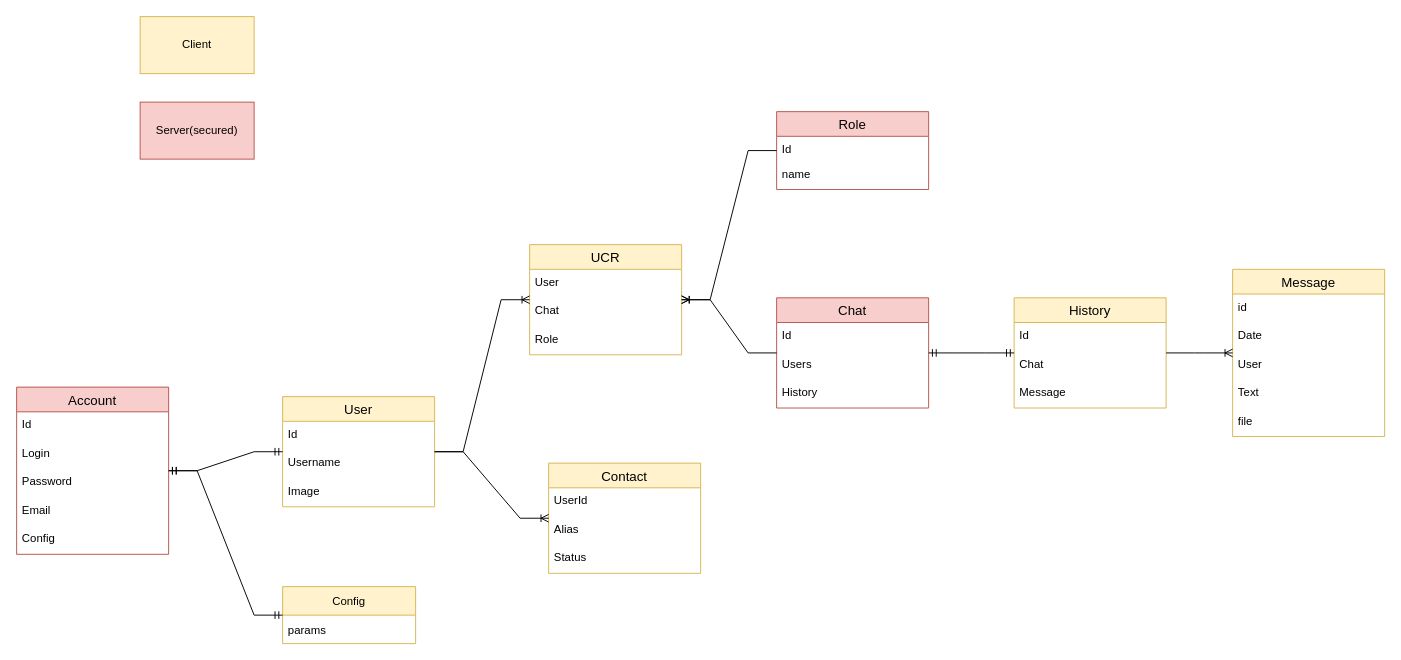
Before: page "DB" (1 of 7) of Resources/DB.drawio in Plasmat1x/CourseProjectCS2, a draw.io diagram. Source tidied: cells renumbered, new cells numbered last; positions are measured from the earlier drawing's top-left corner, leaving out a move shared by most shapes. Both pictures are drawn from the tidied source at 95%, with x=0, y=0 at pixel (16, 16).
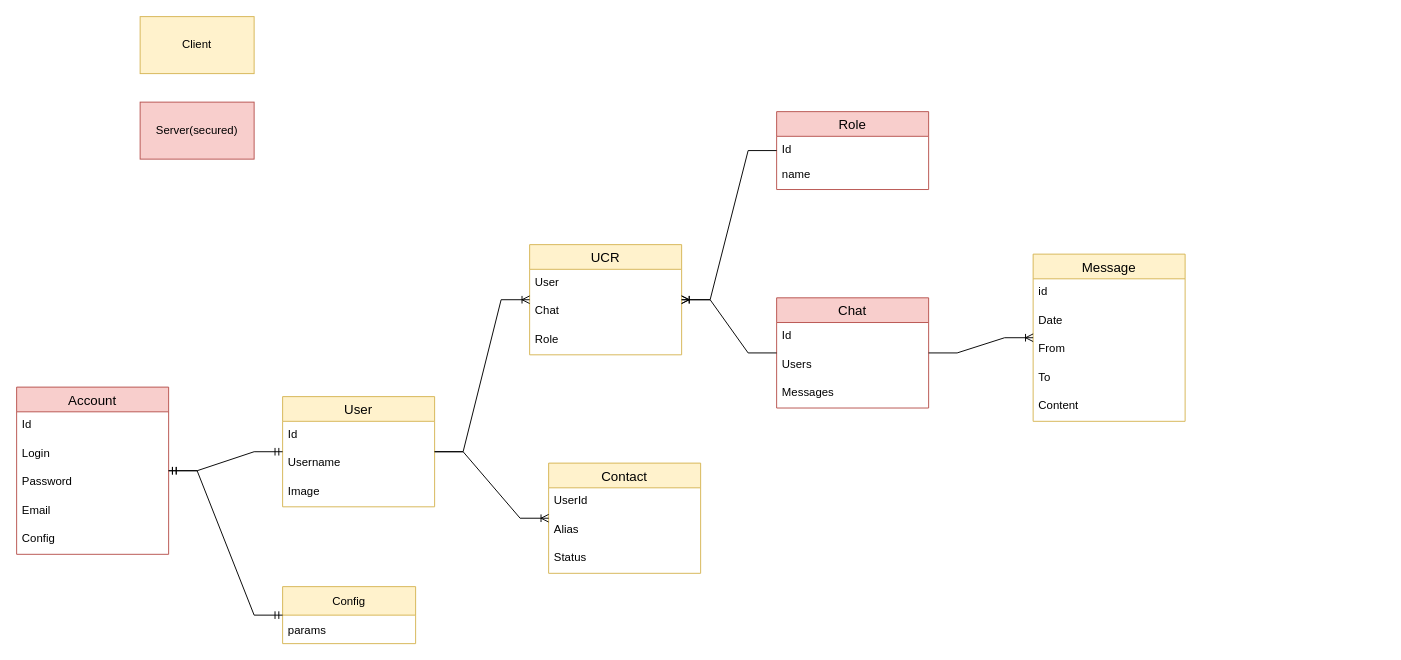
The same page after the edit.

Unchanged cells that the change refers to:
```xml
<mxCell id="9" value="Chat" style="swimlane;fontStyle=0;horizontal=1;startSize=26;align=center;fontSize=14;fillColor=#f8cecc;strokeColor=#b85450;" parent="1" vertex="1">
  <mxGeometry x="800" y="296" width="160" height="116" as="geometry" />
</mxCell>
```

Diff of the diagram source:
```diff
@@
-    <mxCell id="12" value="History" style="text;strokeColor=none;fillColor=none;spacingLeft=4;spacingRight=4;overflow=hidden;fontSize=12;" parent="9" vertex="1">
+    <mxCell id="12" value="Messages" style="text;strokeColor=none;fillColor=none;spacingLeft=4;spacingRight=4;overflow=hidden;fontSize=12;" parent="9" vertex="1">
       <mxGeometry y="86" width="160" height="30" as="geometry" />
     </mxCell>
@@
-    <mxCell id="17" value="History" style="swimlane;fontStyle=0;horizontal=1;startSize=26;align=center;fontSize=14;fillColor=#fff2cc;strokeColor=#d6b656;" parent="1" vertex="1">
-      <mxGeometry x="1050" y="296" width="160" height="116" as="geometry" />
-    </mxCell>
-    <mxCell id="18" value="Id" style="text;strokeColor=none;fillColor=none;spacingLeft=4;spacingRight=4;overflow=hidden;fontSize=12;" parent="17" vertex="1">
-      <mxGeometry y="26" width="160" height="30" as="geometry" />
-    </mxCell>
-    <mxCell id="19" value="Chat" style="text;strokeColor=none;fillColor=none;spacingLeft=4;spacingRight=4;overflow=hidden;fontSize=12;" parent="17" vertex="1">
-      <mxGeometry y="56" width="160" height="30" as="geometry" />
-    </mxCell>
-    <mxCell id="20" value="Message" style="text;strokeColor=none;fillColor=none;spacingLeft=4;spacingRight=4;overflow=hidden;fontSize=12;" parent="17" vertex="1">
-      <mxGeometry y="86" width="160" height="30" as="geometry" />
-    </mxCell>
     <mxCell id="21" value="Message" style="swimlane;fontStyle=0;horizontal=1;startSize=26;align=center;fontSize=14;fillColor=#fff2cc;strokeColor=#d6b656;" parent="1" vertex="1">
-      <mxGeometry x="1280" y="266" width="160" height="176" as="geometry" />
+      <mxGeometry x="1070" y="250" width="160" height="176" as="geometry" />
     </mxCell>
@@
-    <mxCell id="24" value="User" style="text;strokeColor=none;fillColor=none;spacingLeft=4;spacingRight=4;overflow=hidden;fontSize=12;" parent="21" vertex="1">
+    <mxCell id="24" value="From" style="text;strokeColor=none;fillColor=none;spacingLeft=4;spacingRight=4;overflow=hidden;fontSize=12;" parent="21" vertex="1">
       <mxGeometry y="86" width="160" height="30" as="geometry" />
     </mxCell>
-    <mxCell id="25" value="Text" style="text;strokeColor=none;fillColor=none;spacingLeft=4;spacingRight=4;overflow=hidden;fontSize=12;" parent="21" vertex="1">
+    <mxCell id="25" value="To" style="text;strokeColor=none;fillColor=none;spacingLeft=4;spacingRight=4;overflow=hidden;fontSize=12;" parent="21" vertex="1">
       <mxGeometry y="116" width="160" height="30" as="geometry" />
     </mxCell>
-    <mxCell id="26" value="file" style="text;strokeColor=none;fillColor=none;spacingLeft=4;spacingRight=4;overflow=hidden;fontSize=12;" parent="21" vertex="1">
+    <mxCell id="26" value="Content" style="text;strokeColor=none;fillColor=none;spacingLeft=4;spacingRight=4;overflow=hidden;fontSize=12;" parent="21" vertex="1">
       <mxGeometry y="146" width="160" height="30" as="geometry" />
     </mxCell>
-    <mxCell id="27" style="edgeStyle=entityRelationEdgeStyle;fontSize=12;html=1;endArrow=ERoneToMany;rounded=0;" parent="1" edge="1" source="17" target="21">
+    <mxCell id="27" style="edgeStyle=entityRelationEdgeStyle;fontSize=12;html=1;endArrow=ERoneToMany;rounded=0;" parent="1" edge="1" source="9" target="21">
       <mxGeometry relative="1" as="geometry" />
     </mxCell>
-    <mxCell id="28" style="edgeStyle=entityRelationEdgeStyle;fontSize=12;html=1;endArrow=ERmandOne;startArrow=ERmandOne;rounded=0;" parent="1" edge="1" source="9" target="17">
-      <mxGeometry relative="1" as="geometry" />
-    </mxCell>
```
